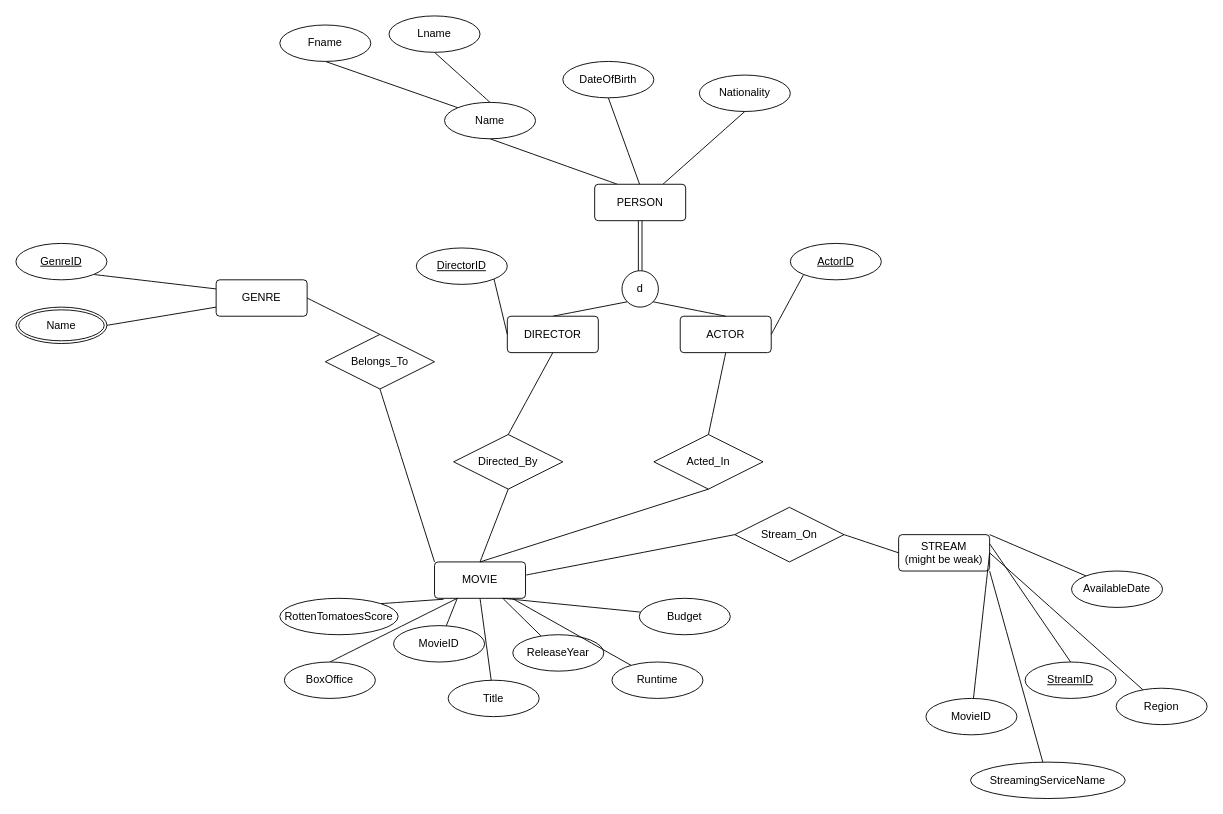
miguelTrC/MovieBaseDB keeps this draw.io diagram as MovieBaseEER.drawio. Above is the earlier version. Source tidied: cells renumbered, new cells numbered last; positions are measured from the earlier drawing's top-left corner, leaving out a move shared by most shapes. Both pictures are drawn from the tidied source at 91%, with x=0, y=0 at pixel (15, 15).
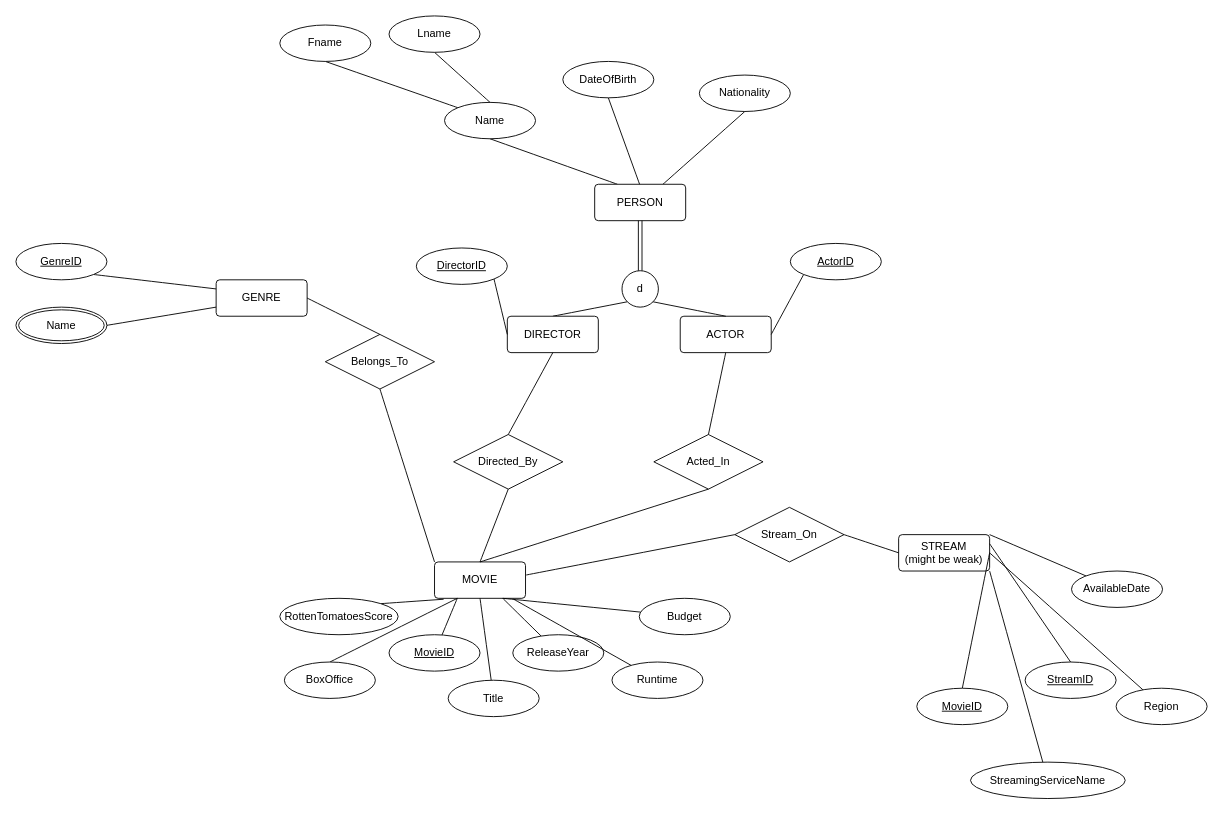
Above is the later version.

Commit message:
Seems like all Entity and Attributes have been inserted. Need to work on cardinality now

The change refers to these unchanged cells:
```xml
<mxCell id="11" value="MOVIE" style="rounded=1;arcSize=10;whiteSpace=wrap;html=1;align=center;" parent="1" vertex="1">
  <mxGeometry x="460" y="600" width="100" height="40" as="geometry" />
</mxCell>
<mxCell id="13" value="&lt;div&gt;STREAM&lt;/div&gt;&lt;div&gt;(might be weak)&lt;br&gt;&lt;/div&gt;" style="rounded=1;arcSize=10;whiteSpace=wrap;html=1;align=center;" parent="1" vertex="1">
  <mxGeometry x="970" y="570" width="100" height="40" as="geometry" />
</mxCell>
```

Diff of the diagram source:
```diff
@@
-    <mxCell id="22" style="endArrow=none;html=1;rounded=0;fontSize=12;startSize=8;endSize=8;curved=1;exitX=0.25;exitY=1;exitDx=0;exitDy=0;" parent="1" edge="1" source="11" target="23">
-      <mxGeometry relative="1" as="geometry" />
-    </mxCell>
-    <mxCell id="23" value="MovieID" style="ellipse;whiteSpace=wrap;html=1;align=center;" parent="1" vertex="1">
-      <mxGeometry x="415" y="670" width="100" height="40" as="geometry" />
-    </mxCell>
@@
-    <mxCell id="39" style="endArrow=none;html=1;rounded=0;fontSize=12;startSize=8;endSize=8;curved=1;exitX=1;exitY=0.5;exitDx=0;exitDy=0;" parent="1" edge="1" source="13" target="40">
+    <mxCell id="39" style="endArrow=none;html=1;rounded=0;fontSize=12;startSize=8;endSize=8;curved=1;exitX=1;exitY=0.5;exitDx=0;exitDy=0;entryX=0.5;entryY=0;entryDx=0;entryDy=0;" parent="1" edge="1" source="13" target="67">
       <mxGeometry relative="1" as="geometry" />
     </mxCell>
-    <mxCell id="40" value="MovieID" style="ellipse;whiteSpace=wrap;html=1;align=center;" parent="1" vertex="1">
-      <mxGeometry x="1000" y="750" width="100" height="40" as="geometry" />
-    </mxCell>
@@
+    <mxCell id="67" value="MovieID" style="ellipse;whiteSpace=wrap;html=1;align=center;fontStyle=4;" parent="1" vertex="1">
+      <mxGeometry x="990" y="738.8" width="100" height="40" as="geometry" />
+    </mxCell>
+    <mxCell id="68" style="endArrow=none;html=1;rounded=0;fontSize=12;startSize=8;endSize=8;curved=1;exitX=0.25;exitY=1;exitDx=0;exitDy=0;" parent="1" edge="1" source="11" target="69">
+      <mxGeometry relative="1" as="geometry" />
+    </mxCell>
+    <mxCell id="69" value="MovieID" style="ellipse;whiteSpace=wrap;html=1;align=center;fontStyle=4;" parent="1" vertex="1">
+      <mxGeometry x="410" y="680" width="100" height="40" as="geometry" />
+    </mxCell>
```
